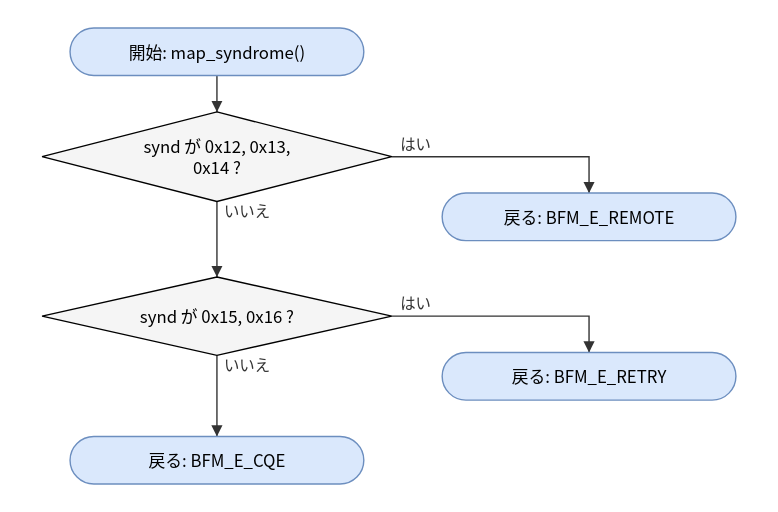
Above: doc/spec/images/flow_src_bfm_ops-map_syndrome.drawio.svg in hf355051012-ai/bfmem (draw.io), before the change. Source tidied: cells renumbered, new cells last; positions are measured from the earlier drawing's top-left corner, leaving out a move shared by most shapes.
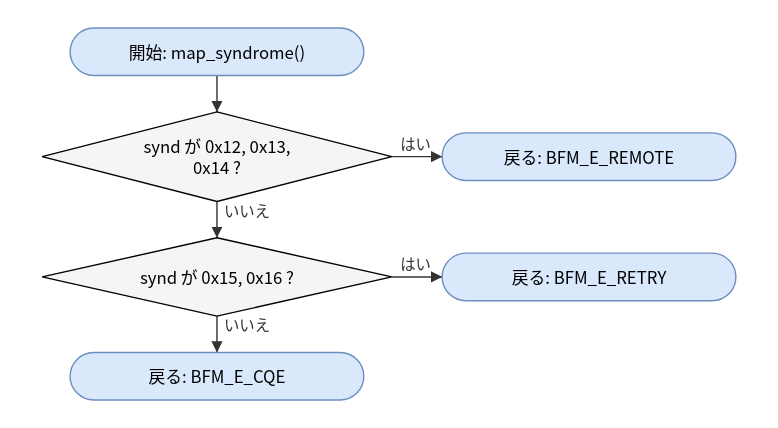
Later version of the same file.

Change to the diagram source:
```diff
@@ -9,36 +9,28 @@
       <mxGeometry y="60" width="250" height="64" as="geometry" />
     </mxCell>
     <mxCell id="4" value="戻る: BFM_E_REMOTE" style="rounded=1;arcSize=50;whiteSpace=wrap;html=1;fillColor=#dae8fc;strokeColor=#6c8ebf;" parent="1" vertex="1">
-      <mxGeometry x="286" y="118" width="210" height="34" as="geometry" />
+      <mxGeometry x="286" y="75" width="210" height="34" as="geometry" />
     </mxCell>
     <mxCell id="5" value="synd が 0x15, 0x16 ?" style="rhombus;whiteSpace=wrap;html=1;fillColor=#f5f5f5;" parent="1" vertex="1">
-      <mxGeometry y="178" width="250" height="56" as="geometry" />
+      <mxGeometry y="150" width="250" height="56" as="geometry" />
     </mxCell>
     <mxCell id="6" value="戻る: BFM_E_RETRY" style="rounded=1;arcSize=50;whiteSpace=wrap;html=1;fillColor=#dae8fc;strokeColor=#6c8ebf;" parent="1" vertex="1">
-      <mxGeometry x="286" y="232" width="210" height="34" as="geometry" />
+      <mxGeometry x="286" y="161" width="210" height="34" as="geometry" />
     </mxCell>
     <mxCell id="7" value="戻る: BFM_E_CQE" style="rounded=1;arcSize=50;whiteSpace=wrap;html=1;fillColor=#dae8fc;strokeColor=#6c8ebf;" parent="1" vertex="1">
-      <mxGeometry x="20" y="292" width="210" height="34" as="geometry" />
+      <mxGeometry x="20" y="232" width="210" height="34" as="geometry" />
     </mxCell>
     <mxCell id="8" style="edgeStyle=none;html=1;rounded=0;endArrow=block;endFill=1;exitX=0.5000;exitY=1.0000;exitDx=0;exitDy=0;exitPerimeter=0;entryX=0.5000;entryY=0.0000;entryDx=0;entryDy=0;entryPerimeter=0;" parent="1" edge="1" source="2" target="3">
       <mxGeometry relative="1" as="geometry" />
     </mxCell>
-    <mxCell id="9" value="はい" style="edgeStyle=none;html=1;rounded=0;endArrow=block;endFill=1;exitX=1.0000;exitY=0.5000;exitDx=0;exitDy=0;exitPerimeter=0;entryX=0.5000;entryY=0.0000;entryDx=0;entryDy=0;entryPerimeter=0;" parent="1" edge="1" source="3" target="4">
-      <mxGeometry relative="1" as="geometry">
-        <Array as="points">
-          <mxPoint x="391" y="92" />
-        </Array>
-      </mxGeometry>
+    <mxCell id="9" value="はい" style="edgeStyle=none;html=1;rounded=0;endArrow=block;endFill=1;exitX=1.0000;exitY=0.5000;exitDx=0;exitDy=0;exitPerimeter=0;entryX=0.0000;entryY=0.5000;entryDx=0;entryDy=0;entryPerimeter=0;" parent="1" edge="1" source="3" target="4">
+      <mxGeometry relative="1" as="geometry" />
     </mxCell>
     <mxCell id="10" value="いいえ" style="edgeStyle=none;html=1;rounded=0;endArrow=block;endFill=1;exitX=0.5000;exitY=1.0000;exitDx=0;exitDy=0;exitPerimeter=0;entryX=0.5000;entryY=0.0000;entryDx=0;entryDy=0;entryPerimeter=0;" parent="1" edge="1" source="3" target="5">
       <mxGeometry relative="1" as="geometry" />
     </mxCell>
-    <mxCell id="11" value="はい" style="edgeStyle=none;html=1;rounded=0;endArrow=block;endFill=1;exitX=1.0000;exitY=0.5000;exitDx=0;exitDy=0;exitPerimeter=0;entryX=0.5000;entryY=0.0000;entryDx=0;entryDy=0;entryPerimeter=0;" parent="1" edge="1" source="5" target="6">
-      <mxGeometry relative="1" as="geometry">
-        <Array as="points">
-          <mxPoint x="391" y="206" />
-        </Array>
-      </mxGeometry>
+    <mxCell id="11" value="はい" style="edgeStyle=none;html=1;rounded=0;endArrow=block;endFill=1;exitX=1.0000;exitY=0.5000;exitDx=0;exitDy=0;exitPerimeter=0;entryX=0.0000;entryY=0.5000;entryDx=0;entryDy=0;entryPerimeter=0;" parent="1" edge="1" source="5" target="6">
+      <mxGeometry relative="1" as="geometry" />
     </mxCell>
     <mxCell id="12" value="いいえ" style="edgeStyle=none;html=1;rounded=0;endArrow=block;endFill=1;exitX=0.5000;exitY=1.0000;exitDx=0;exitDy=0;exitPerimeter=0;entryX=0.5000;entryY=0.0000;entryDx=0;entryDy=0;entryPerimeter=0;" parent="1" edge="1" source="5" target="7">
       <mxGeometry relative="1" as="geometry" />
```
